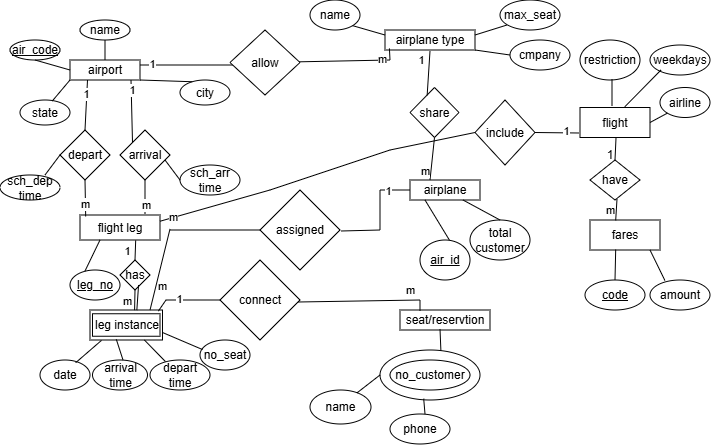
Earlier version of the draw.io export ERD AIRPORT.png (DevMalak/Database-Course-documentation). Source tidied: cells renumbered, new cells last; positions are measured from the earlier drawing's top-left corner, leaving out a move shared by most shapes.
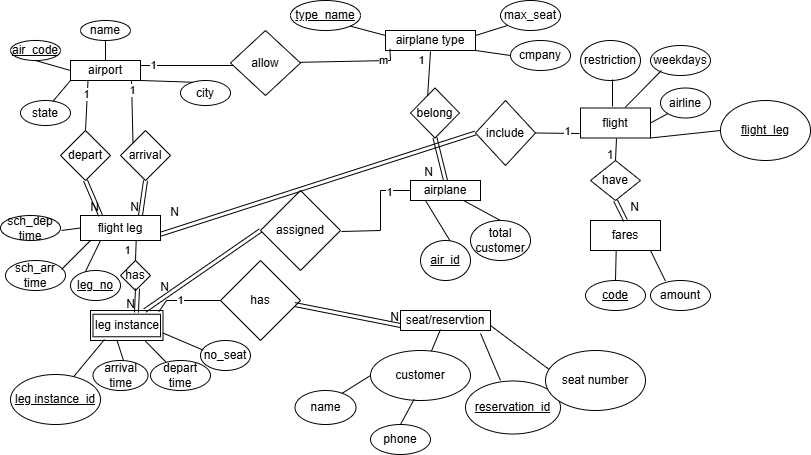
Above is the later version.

Commit message:
adding final airport ERD

Change to the diagram source:
```diff
@@ -49,10 +49,10 @@
       <mxGeometry x="120" y="130" width="50" height="50" as="geometry" />
     </mxCell>
     <mxCell id="16" value="sch_dep time" style="ellipse;whiteSpace=wrap;html=1;" parent="1" vertex="1">
-      <mxGeometry y="175" width="60" height="25" as="geometry" />
+      <mxGeometry y="215" width="60" height="25" as="geometry" />
     </mxCell>
     <mxCell id="17" value="sch_arr time" style="ellipse;whiteSpace=wrap;html=1;" parent="1" vertex="1">
-      <mxGeometry x="180" y="165" width="60" height="30" as="geometry" />
+      <mxGeometry x="5" y="260" width="60" height="30" as="geometry" />
     </mxCell>
     <mxCell id="18" style="endArrow=none;html=1;rounded=0;entryX=0.25;entryY=1;entryDx=0;entryDy=0;exitX=0.5;exitY=0;exitDx=0;exitDy=0;" parent="1" edge="1" source="14" target="2">
       <mxGeometry relative="1" as="geometry" />
@@ -68,23 +68,6 @@
     <mxCell id="21" value="1" style="edgeLabel;html=1;align=center;verticalAlign=middle;" parent="20" vertex="1">
       <mxGeometry x="0.69" relative="1" as="geometry" />
     </mxCell>
-    <mxCell id="22" style="endArrow=none;html=1;rounded=0;entryX=0.5;entryY=1;entryDx=0;entryDy=0;exitX=0.071;exitY=0.057;exitDx=0;exitDy=0;exitPerimeter=0;" parent="1" edge="1" source="3" target="14">
-      <mxGeometry relative="1" as="geometry" />
-    </mxCell>
-    <mxCell id="23" value="m" style="edgeLabel;html=1;align=center;verticalAlign=middle;" parent="22" vertex="1">
-      <mxGeometry x="-0.31" y="1" relative="1" as="geometry" />
-    </mxCell>
-    <mxCell id="24" style="endArrow=none;html=1;rounded=0;entryX=0.5;entryY=1;entryDx=0;entryDy=0;" parent="1" edge="1" target="15">
-      <mxGeometry relative="1" as="geometry">
-        <mxPoint x="145" y="214" as="sourcePoint" />
-      </mxGeometry>
-    </mxCell>
-    <mxCell id="25" value="m" style="edgeLabel;html=1;align=center;verticalAlign=middle;" parent="24" vertex="1">
-      <mxGeometry x="-0.47" y="-1" relative="1" as="geometry" />
-    </mxCell>
-    <mxCell id="26" value="date" style="ellipse;whiteSpace=wrap;html=1;" parent="1" vertex="1">
-      <mxGeometry x="40" y="360" width="50" height="30" as="geometry" />
-    </mxCell>
     <mxCell id="27" value="arrival time" style="ellipse;whiteSpace=wrap;html=1;" parent="1" vertex="1">
       <mxGeometry x="92.5" y="360" width="55" height="30" as="geometry" />
     </mxCell>
@@ -94,9 +77,6 @@
     <mxCell id="29" value="no_seat" style="ellipse;whiteSpace=wrap;html=1;" parent="1" vertex="1">
       <mxGeometry x="200" y="340" width="50" height="30" as="geometry" />
     </mxCell>
-    <mxCell id="30" style="endArrow=none;html=1;rounded=0;exitX=0.714;exitY=0.09;exitDx=0;exitDy=0;exitPerimeter=0;entryX=0.158;entryY=1.014;entryDx=0;entryDy=0;entryPerimeter=0;" parent="1" edge="1" source="26" target="4">
-      <mxGeometry relative="1" as="geometry" />
-    </mxCell>
     <mxCell id="31" style="endArrow=none;html=1;rounded=0;entryX=0.363;entryY=0.979;entryDx=0;entryDy=0;entryPerimeter=0;" parent="1" edge="1" target="4">
       <mxGeometry relative="1" as="geometry">
         <mxPoint x="123" y="360" as="sourcePoint" />
@@ -114,22 +94,19 @@
     <mxCell id="35" value="seat/reservtion" style="rounded=0;whiteSpace=wrap;html=1;" parent="1" vertex="1">
       <mxGeometry x="400" y="310" width="90" height="20" as="geometry" />
     </mxCell>
-    <mxCell id="36" style="ellipse;whiteSpace=wrap;html=1;" parent="1" vertex="1">
-      <mxGeometry x="380" y="350" width="100" height="50" as="geometry" />
+    <mxCell id="36" value="customer" style="ellipse;whiteSpace=wrap;html=1;" parent="1" vertex="1">
+      <mxGeometry x="370" y="350" width="100" height="50" as="geometry" />
     </mxCell>
-    <mxCell id="37" value="no_customer" style="ellipse;whiteSpace=wrap;html=1;" parent="1" vertex="1">
-      <mxGeometry x="390" y="360" width="80" height="30" as="geometry" />
-    </mxCell>
     <mxCell id="38" style="endArrow=none;html=1;rounded=0;exitX=0.609;exitY=0.014;exitDx=0;exitDy=0;exitPerimeter=0;" parent="1" edge="1" source="36">
       <mxGeometry relative="1" as="geometry">
         <mxPoint x="440" y="329" as="targetPoint" />
       </mxGeometry>
     </mxCell>
     <mxCell id="39" value="name" style="ellipse;whiteSpace=wrap;html=1;" parent="1" vertex="1">
-      <mxGeometry x="310" y="390" width="61" height="34" as="geometry" />
+      <mxGeometry x="294.5" y="390" width="61" height="34" as="geometry" />
     </mxCell>
     <mxCell id="40" value="phone" style="ellipse;whiteSpace=wrap;html=1;" parent="1" vertex="1">
-      <mxGeometry x="390" y="414" width="60" height="30" as="geometry" />
+      <mxGeometry x="370" y="424" width="60" height="30" as="geometry" />
     </mxCell>
     <mxCell id="41" style="endArrow=none;html=1;rounded=0;entryX=0;entryY=0.5;entryDx=0;entryDy=0;exitX=0.768;exitY=0.088;exitDx=0;exitDy=0;exitPerimeter=0;" parent="1" edge="1" source="39" target="36">
       <mxGeometry relative="1" as="geometry" />
@@ -148,21 +125,9 @@
     <mxCell id="44" value="1" style="edgeLabel;html=1;align=center;verticalAlign=middle;" parent="43" vertex="1">
       <mxGeometry x="-0.51" y="1" relative="1" as="geometry" />
     </mxCell>
-    <mxCell id="45" value="connect" style="rhombus;whiteSpace=wrap;html=1;" parent="1" vertex="1">
+    <mxCell id="45" value="has" style="rhombus;whiteSpace=wrap;html=1;" parent="1" vertex="1">
       <mxGeometry x="220" y="260" width="80" height="80" as="geometry" />
     </mxCell>
-    <mxCell id="46" value="m" style="endArrow=none;html=1;rounded=0;" parent="1" edge="1">
-      <mxGeometry x="0.84" y="10" relative="1" as="geometry">
-        <mxPoint x="298" y="302" as="sourcePoint" />
-        <mxPoint x="420" y="300" as="targetPoint" />
-      </mxGeometry>
-    </mxCell>
-    <mxCell id="47" style="endArrow=none;html=1;rounded=0;" parent="1" edge="1">
-      <mxGeometry relative="1" as="geometry">
-        <mxPoint x="420" y="311" as="sourcePoint" />
-        <mxPoint x="420" y="300" as="targetPoint" />
-      </mxGeometry>
-    </mxCell>
     <mxCell id="48" value="airplane" style="rounded=0;whiteSpace=wrap;html=1;" parent="1" vertex="1">
       <mxGeometry x="410" y="180" width="70" height="20" as="geometry" />
     </mxCell>
@@ -172,10 +137,8 @@
     <mxCell id="50" value="total customer" style="ellipse;whiteSpace=wrap;html=1;" parent="1" vertex="1">
       <mxGeometry x="470" y="220" width="60" height="40" as="geometry" />
     </mxCell>
-    <mxCell id="51" style="endArrow=none;html=1;rounded=0;entryX=0.437;entryY=0.974;entryDx=0;entryDy=0;entryPerimeter=0;" parent="1" edge="1" target="36">
-      <mxGeometry relative="1" as="geometry">
-        <mxPoint x="425" y="414" as="sourcePoint" />
-      </mxGeometry>
+    <mxCell id="51" style="endArrow=none;html=1;rounded=0;entryX=0.437;entryY=0.974;entryDx=0;entryDy=0;entryPerimeter=0;exitX=0.5;exitY=0;exitDx=0;exitDy=0;" parent="1" edge="1" source="40" target="36">
+      <mxGeometry relative="1" as="geometry" />
     </mxCell>
     <mxCell id="52" style="endArrow=none;html=1;rounded=0;exitX=0.589;exitY=0.004;exitDx=0;exitDy=0;exitPerimeter=0;" parent="1" edge="1" source="49">
       <mxGeometry relative="1" as="geometry">
@@ -190,8 +153,8 @@
     <mxCell id="54" value="airplane type" style="rounded=0;whiteSpace=wrap;html=1;" parent="1" vertex="1">
       <mxGeometry x="385" y="30" width="90" height="20" as="geometry" />
     </mxCell>
-    <mxCell id="55" value="name" style="ellipse;whiteSpace=wrap;html=1;" parent="1" vertex="1">
-      <mxGeometry x="310" width="50" height="30" as="geometry" />
+    <mxCell id="55" value="&lt;u&gt;type_name&lt;/u&gt;" style="ellipse;whiteSpace=wrap;html=1;" parent="1" vertex="1">
+      <mxGeometry x="290" width="70" height="30" as="geometry" />
     </mxCell>
     <mxCell id="56" value="cmpany" style="ellipse;whiteSpace=wrap;html=1;" parent="1" vertex="1">
       <mxGeometry x="510" y="40" width="60" height="30" as="geometry" />
@@ -199,14 +162,6 @@
     <mxCell id="57" value="max_seat" style="ellipse;whiteSpace=wrap;html=1;" parent="1" vertex="1">
       <mxGeometry x="500" width="60" height="30" as="geometry" />
     </mxCell>
-    <mxCell id="58" style="endArrow=none;html=1;rounded=0;" parent="1" edge="1" target="59">
-      <mxGeometry relative="1" as="geometry">
-        <mxPoint x="170" y="230" as="sourcePoint" />
-        <Array as="points">
-          <mxPoint x="190" y="230" />
-        </Array>
-      </mxGeometry>
-    </mxCell>
     <mxCell id="59" value="assigned" style="rhombus;whiteSpace=wrap;html=1;" parent="1" vertex="1">
       <mxGeometry x="260" y="190" width="80" height="80" as="geometry" />
     </mxCell>
@@ -230,7 +185,7 @@
     <mxCell id="63" value="1" style="edgeLabel;html=1;align=center;verticalAlign=middle;" parent="62" vertex="1">
       <mxGeometry x="-0.49" y="-1" relative="1" as="geometry" />
     </mxCell>
-    <mxCell id="64" value="share" style="rhombus;whiteSpace=wrap;html=1;" parent="1" vertex="1">
+    <mxCell id="64" value="belong" style="rhombus;whiteSpace=wrap;html=1;" parent="1" vertex="1">
       <mxGeometry x="410" y="87.5" width="49" height="50" as="geometry" />
     </mxCell>
     <mxCell id="65" style="endArrow=none;html=1;rounded=0;exitX=1;exitY=0.25;exitDx=0;exitDy=0;" parent="1" edge="1" source="2">
@@ -281,16 +236,6 @@
         <mxPoint x="-9" y="1" as="offset" />
       </mxGeometry>
     </mxCell>
-    <mxCell id="77" style="endArrow=none;html=1;rounded=0;entryX=0.5;entryY=1;entryDx=0;entryDy=0;" parent="1" edge="1" target="64">
-      <mxGeometry relative="1" as="geometry">
-        <mxPoint x="430" y="180" as="sourcePoint" />
-      </mxGeometry>
-    </mxCell>
-    <mxCell id="78" value="m" style="edgeLabel;html=1;align=center;verticalAlign=middle;" parent="77" vertex="1">
-      <mxGeometry x="-0.59" relative="1" as="geometry">
-        <mxPoint x="-6" y="-1" as="offset" />
-      </mxGeometry>
-    </mxCell>
     <mxCell id="79" value="flight" style="rounded=0;whiteSpace=wrap;html=1;" parent="1" vertex="1">
       <mxGeometry x="580" y="107.5" width="70" height="30" as="geometry" />
     </mxCell>
@@ -340,32 +285,6 @@
         <mxPoint x="616" y="138" as="targetPoint" />
       </mxGeometry>
     </mxCell>
-    <mxCell id="93" style="endArrow=none;html=1;rounded=0;exitX=0.367;exitY=0.014;exitDx=0;exitDy=0;exitPerimeter=0;" parent="1" edge="1" source="80">
-      <mxGeometry relative="1" as="geometry">
-        <mxPoint x="617" y="199" as="targetPoint" />
-      </mxGeometry>
-    </mxCell>
-    <mxCell id="94" value="m" style="edgeLabel;html=1;align=center;verticalAlign=middle;" parent="93" vertex="1">
-      <mxGeometry x="-0.36" y="-1" relative="1" as="geometry">
-        <mxPoint x="-7" y="-4" as="offset" />
-      </mxGeometry>
-    </mxCell>
-    <mxCell id="95" style="endArrow=none;html=1;rounded=0;exitX=1;exitY=0.25;exitDx=0;exitDy=0;" parent="1" edge="1" source="3">
-      <mxGeometry relative="1" as="geometry">
-        <mxPoint x="390" y="150" as="targetPoint" />
-        <Array as="points">
-          <mxPoint x="270" y="190" />
-        </Array>
-      </mxGeometry>
-    </mxCell>
-    <mxCell id="96" value="m" style="edgeLabel;html=1;align=center;verticalAlign=middle;" parent="95" vertex="1">
-      <mxGeometry x="-0.89" y="1" relative="1" as="geometry" />
-    </mxCell>
-    <mxCell id="97" style="endArrow=none;html=1;rounded=0;entryX=0;entryY=0.5;entryDx=0;entryDy=0;" parent="1" edge="1" target="98">
-      <mxGeometry relative="1" as="geometry">
-        <mxPoint x="390" y="150" as="sourcePoint" />
-      </mxGeometry>
-    </mxCell>
     <mxCell id="98" value="include" style="rhombus;whiteSpace=wrap;html=1;" parent="1" vertex="1">
       <mxGeometry x="475" y="100" width="60" height="65" as="geometry" />
     </mxCell>
@@ -391,36 +310,109 @@
         <mxPoint x="-8" y="4" as="offset" />
       </mxGeometry>
     </mxCell>
-    <mxCell id="105" style="endArrow=none;html=1;rounded=0;entryX=0.5;entryY=1;entryDx=0;entryDy=0;exitX=0.615;exitY=0.005;exitDx=0;exitDy=0;exitPerimeter=0;" parent="1" edge="1" source="4" target="34">
-      <mxGeometry relative="1" as="geometry" />
-    </mxCell>
-    <mxCell id="106" style="endArrow=none;html=1;rounded=0;entryX=0.619;entryY=0.833;entryDx=0;entryDy=0;entryPerimeter=0;exitX=0.646;exitY=0.005;exitDx=0;exitDy=0;exitPerimeter=0;" parent="1" edge="1" source="4" target="34">
-      <mxGeometry relative="1" as="geometry" />
-    </mxCell>
-    <mxCell id="107" value="m" style="edgeLabel;html=1;align=center;verticalAlign=middle;" parent="106" vertex="1">
-      <mxGeometry x="-0.14" y="1" relative="1" as="geometry">
-        <mxPoint x="-10" y="1" as="offset" />
-      </mxGeometry>
-    </mxCell>
-    <mxCell id="108" style="endArrow=none;html=1;rounded=0;exitX=0.828;exitY=0;exitDx=0;exitDy=0;exitPerimeter=0;" parent="1" edge="1" source="4">
-      <mxGeometry relative="1" as="geometry">
-        <mxPoint x="170" y="229" as="targetPoint" />
-      </mxGeometry>
-    </mxCell>
-    <mxCell id="109" value="m" style="edgeLabel;html=1;align=center;verticalAlign=middle;" parent="108" vertex="1">
-      <mxGeometry x="-0.8" y="1" relative="1" as="geometry">
-        <mxPoint x="11" y="-16" as="offset" />
-      </mxGeometry>
-    </mxCell>
-    <mxCell id="110" style="endArrow=none;html=1;rounded=0;entryX=0;entryY=0.5;entryDx=0;entryDy=0;" parent="1" edge="1" target="14">
-      <mxGeometry relative="1" as="geometry">
-        <mxPoint x="45" y="175" as="sourcePoint" />
-      </mxGeometry>
-    </mxCell>
-    <mxCell id="111" style="endArrow=none;html=1;rounded=0;exitX=0;exitY=0.5;exitDx=0;exitDy=0;" parent="1" edge="1" source="17">
-      <mxGeometry relative="1" as="geometry">
-        <mxPoint x="165" y="160" as="targetPoint" />
-      </mxGeometry>
-    </mxCell>
+    <mxCell id="112" style="endArrow=none;html=1;rounded=0;exitX=1;exitY=1;exitDx=0;exitDy=0;" parent="1" edge="1" source="79">
+      <mxGeometry relative="1" as="geometry">
+        <mxPoint x="720" y="130" as="targetPoint" />
+      </mxGeometry>
+    </mxCell>
+    <mxCell id="113" value="&lt;u&gt;flight_leg&lt;/u&gt;" style="ellipse;whiteSpace=wrap;html=1;" parent="1" vertex="1">
+      <mxGeometry x="720" y="100" width="90" height="60" as="geometry" />
+    </mxCell>
+    <mxCell id="114" style="endArrow=none;html=1;rounded=0;entryX=0.889;entryY=1.15;entryDx=0;entryDy=0;entryPerimeter=0;" parent="1" edge="1" target="35">
+      <mxGeometry relative="1" as="geometry">
+        <mxPoint x="500" y="380" as="sourcePoint" />
+      </mxGeometry>
+    </mxCell>
+    <mxCell id="115" value="&lt;u&gt;reservation_id&lt;/u&gt;" style="ellipse;whiteSpace=wrap;html=1;" parent="1" vertex="1">
+      <mxGeometry x="465" y="380.5" width="95" height="53" as="geometry" />
+    </mxCell>
+    <mxCell id="116" style="endArrow=none;html=1;rounded=0;entryX=1;entryY=0.75;entryDx=0;entryDy=0;" parent="1" edge="1" target="35">
+      <mxGeometry relative="1" as="geometry">
+        <mxPoint x="550" y="370" as="sourcePoint" />
+      </mxGeometry>
+    </mxCell>
+    <mxCell id="117" value="seat number" style="ellipse;whiteSpace=wrap;html=1;" parent="1" vertex="1">
+      <mxGeometry x="545" y="350" width="100" height="60" as="geometry" />
+    </mxCell>
+    <mxCell id="118" style="endArrow=none;html=1;rounded=0;" parent="1" edge="1">
+      <mxGeometry relative="1" as="geometry">
+        <mxPoint x="70" y="380" as="sourcePoint" />
+        <mxPoint x="104" y="339" as="targetPoint" />
+      </mxGeometry>
+    </mxCell>
+    <mxCell id="119" value="&lt;u&gt;leg instance_id&lt;/u&gt;" style="ellipse;whiteSpace=wrap;html=1;" parent="1" vertex="1">
+      <mxGeometry x="10" y="374" width="90" height="50" as="geometry" />
+    </mxCell>
+    <mxCell id="120" style="endArrow=none;html=1;rounded=0;" parent="1" edge="1">
+      <mxGeometry relative="1" as="geometry">
+        <mxPoint x="61" y="269" as="sourcePoint" />
+        <mxPoint x="90" y="240" as="targetPoint" />
+      </mxGeometry>
+    </mxCell>
+    <mxCell id="121" style="endArrow=none;html=1;rounded=0;entryX=0;entryY=0.5;entryDx=0;entryDy=0;" parent="1" edge="1" target="3">
+      <mxGeometry relative="1" as="geometry">
+        <mxPoint x="61" y="230" as="sourcePoint" />
+      </mxGeometry>
+    </mxCell>
+    <mxCell id="122" style="shape=link;html=1;rounded=0;exitX=0.5;exitY=1;exitDx=0;exitDy=0;entryX=0.25;entryY=0;entryDx=0;entryDy=0;" parent="1" edge="1" source="14" target="3">
+      <mxGeometry relative="1" as="geometry" />
+    </mxCell>
+    <mxCell id="123" value="N" style="html=1;whiteSpace=wrap;align=right;verticalAlign=bottom;" parent="122" vertex="1">
+      <mxGeometry x="1" relative="1" as="geometry" />
+    </mxCell>
+    <mxCell id="124" style="shape=link;html=1;rounded=0;exitX=0.5;exitY=1;exitDx=0;exitDy=0;entryX=0.75;entryY=0;entryDx=0;entryDy=0;" parent="1" edge="1" source="15" target="3">
+      <mxGeometry relative="1" as="geometry" />
+    </mxCell>
+    <mxCell id="125" value="N" style="html=1;whiteSpace=wrap;align=right;verticalAlign=bottom;" parent="124" vertex="1">
+      <mxGeometry x="1" relative="1" as="geometry" />
+    </mxCell>
+    <mxCell id="126" style="shape=link;html=1;rounded=0;exitX=0;exitY=0.5;exitDx=0;exitDy=0;entryX=0.75;entryY=0;entryDx=0;entryDy=0;" parent="1" edge="1" source="59" target="4">
+      <mxGeometry relative="1" as="geometry" />
+    </mxCell>
+    <mxCell id="127" value="N" style="html=1;whiteSpace=wrap;align=right;verticalAlign=bottom;" parent="126" vertex="1">
+      <mxGeometry x="1" relative="1" as="geometry">
+        <mxPoint x="26" y="-15" as="offset" />
+      </mxGeometry>
+    </mxCell>
+    <mxCell id="128" style="shape=link;html=1;rounded=0;entryX=0;entryY=0.75;entryDx=0;entryDy=0;" parent="1" edge="1" target="35">
+      <mxGeometry relative="1" as="geometry">
+        <mxPoint x="294" y="304" as="sourcePoint" />
+      </mxGeometry>
+    </mxCell>
+    <mxCell id="129" value="N" style="html=1;whiteSpace=wrap;align=right;verticalAlign=bottom;" parent="128" vertex="1">
+      <mxGeometry x="1" relative="1" as="geometry" />
+    </mxCell>
+    <mxCell id="130" style="shape=link;html=1;rounded=0;entryX=1;entryY=0.75;entryDx=0;entryDy=0;exitX=0;exitY=0.5;exitDx=0;exitDy=0;" parent="1" edge="1" source="98" target="3">
+      <mxGeometry relative="1" as="geometry" />
+    </mxCell>
+    <mxCell id="131" value="N" style="html=1;whiteSpace=wrap;align=right;verticalAlign=bottom;" parent="130" vertex="1">
+      <mxGeometry x="1" relative="1" as="geometry">
+        <mxPoint x="20" y="-14" as="offset" />
+      </mxGeometry>
+    </mxCell>
+    <mxCell id="132" style="shape=link;html=1;rounded=0;entryX=0.634;entryY=0.067;entryDx=0;entryDy=0;entryPerimeter=0;" parent="1" edge="1" target="4">
+      <mxGeometry relative="1" as="geometry">
+        <mxPoint x="137" y="288" as="sourcePoint" />
+      </mxGeometry>
+    </mxCell>
+    <mxCell id="133" value="N" style="html=1;whiteSpace=wrap;align=right;verticalAlign=bottom;" parent="132" vertex="1">
+      <mxGeometry x="1" relative="1" as="geometry" />
+    </mxCell>
+    <mxCell id="134" style="shape=link;html=1;rounded=0;exitX=0.5;exitY=1;exitDx=0;exitDy=0;entryX=0.5;entryY=0;entryDx=0;entryDy=0;" parent="1" edge="1" source="91" target="80">
+      <mxGeometry relative="1" as="geometry" />
+    </mxCell>
+    <mxCell id="135" value="N" style="html=1;whiteSpace=wrap;align=right;verticalAlign=bottom;" parent="134" vertex="1">
+      <mxGeometry x="1" relative="1" as="geometry">
+        <mxPoint x="15" y="-5" as="offset" />
+      </mxGeometry>
+    </mxCell>
+    <mxCell id="136" style="shape=link;html=1;rounded=0;exitX=0.5;exitY=1;exitDx=0;exitDy=0;entryX=0.5;entryY=0;entryDx=0;entryDy=0;" parent="1" edge="1" source="64" target="48">
+      <mxGeometry relative="1" as="geometry" />
+    </mxCell>
+    <mxCell id="137" value="N" style="html=1;whiteSpace=wrap;align=right;verticalAlign=bottom;" parent="136" vertex="1">
+      <mxGeometry x="1" relative="1" as="geometry">
+        <mxPoint x="-11" as="offset" />
+      </mxGeometry>
+    </mxCell>
   </root>
 </mxGraphModel>
```
